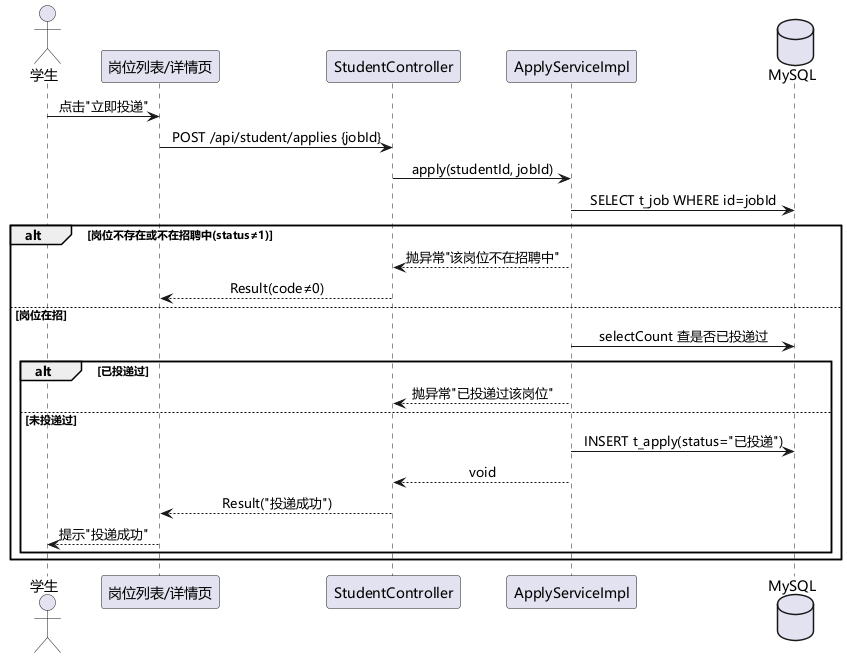
The PlantUML diagram uml/png/季磊/学生投递简历时序图.png in sheep7-bot/recruit-internship-system, before a commit. Source of this version:
```plantuml
@startuml 学生投递简历时序图
skinparam defaultFontName "Microsoft YaHei"
skinparam sequenceMessageAlign center

actor "学生" as stu
participant "岗位列表/详情页" as web
participant "StudentController" as ctl
participant "ApplyServiceImpl" as svc
database "MySQL" as db

stu -> web : 点击"立即投递"
web -> ctl : POST /api/student/applies {jobId}
ctl -> svc : apply(studentId, jobId)
svc -> db : SELECT t_job WHERE id=jobId
alt 岗位不存在或不在招聘中(status≠1)
  svc --> ctl : 抛异常"该岗位不在招聘中"
  ctl --> web : Result(code≠0)
else 岗位在招
  svc -> db : selectCount 查是否已投递过
  alt 已投递过
    svc --> ctl : 抛异常"已投递过该岗位"
  else 未投递过
    svc -> db : INSERT t_apply(status="已投递")
    svc --> ctl : void
    ctl --> web : Result("投递成功")
    web --> stu : 提示"投递成功"
  end
end
@enduml
```
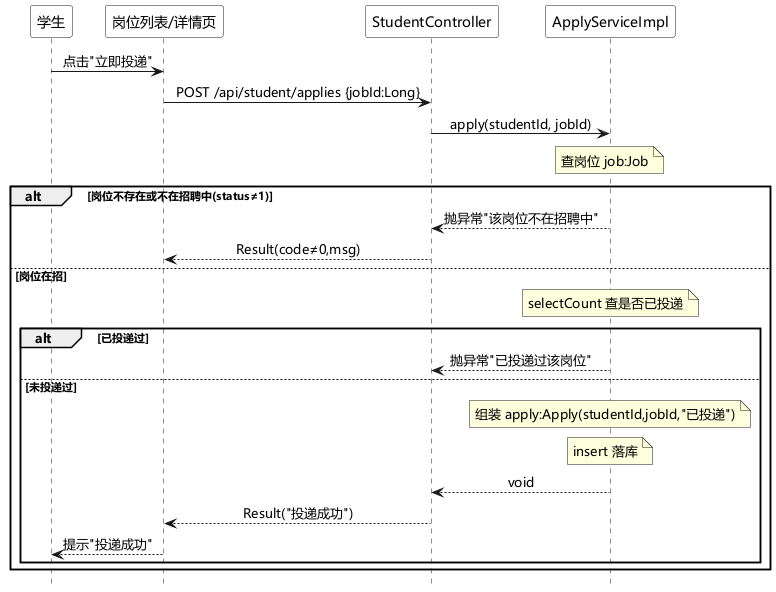
Later version of the same file.

Change to the diagram source:
```diff
@@ -1,29 +1,47 @@
 @startuml 学生投递简历时序图
 skinparam defaultFontName "Microsoft YaHei"
+hide footbox
+<style>
+participant {
+  FontColor white
+  BorderColor white
+  BackgroundColor white
+}
+sequenceDiagram {
+  FontColor black
+}
+</style>
 skinparam sequenceMessageAlign center
-
-actor "学生" as stu
+participant "学生" as stu
 participant "岗位列表/详情页" as web
 participant "StudentController" as ctl
 participant "ApplyServiceImpl" as svc
-database "MySQL" as db
-
 stu -> web : 点击"立即投递"
-web -> ctl : POST /api/student/applies {jobId}
+web -> ctl : POST /api/student/applies {jobId:Long}
 ctl -> svc : apply(studentId, jobId)
-svc -> db : SELECT t_job WHERE id=jobId
+note over svc
+  查岗位 job:Job
+end note
 alt 岗位不存在或不在招聘中(status≠1)
   svc --> ctl : 抛异常"该岗位不在招聘中"
-  ctl --> web : Result(code≠0)
+  ctl --> web : Result(code≠0,msg)
 else 岗位在招
-  svc -> db : selectCount 查是否已投递过
+  note over svc
+    selectCount 查是否已投递
+  end note
   alt 已投递过
     svc --> ctl : 抛异常"已投递过该岗位"
   else 未投递过
-    svc -> db : INSERT t_apply(status="已投递")
+    note over svc
+      组装 apply:Apply(studentId,jobId,"已投递")
+    end note
+    note over svc
+      insert 落库
+    end note
     svc --> ctl : void
     ctl --> web : Result("投递成功")
     web --> stu : 提示"投递成功"
   end
 end
+
 @enduml
```
